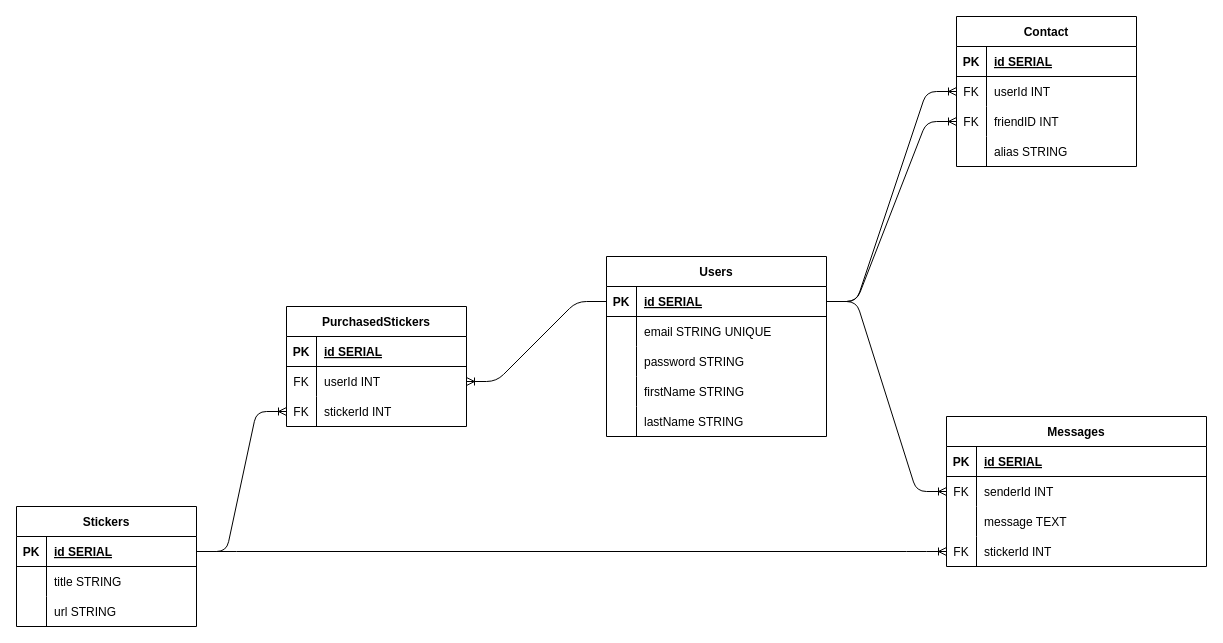
Above: schema.drawio in daffabaihaqi/IP-HCK69-Daffa (draw.io), before the change. Source tidied: cells renumbered, new cells numbered last; positions are measured from the earlier drawing's top-left corner, leaving out a move shared by most shapes. Both pictures are drawn from the tidied source at 100%, with x=0, y=0 at pixel (16, 16).
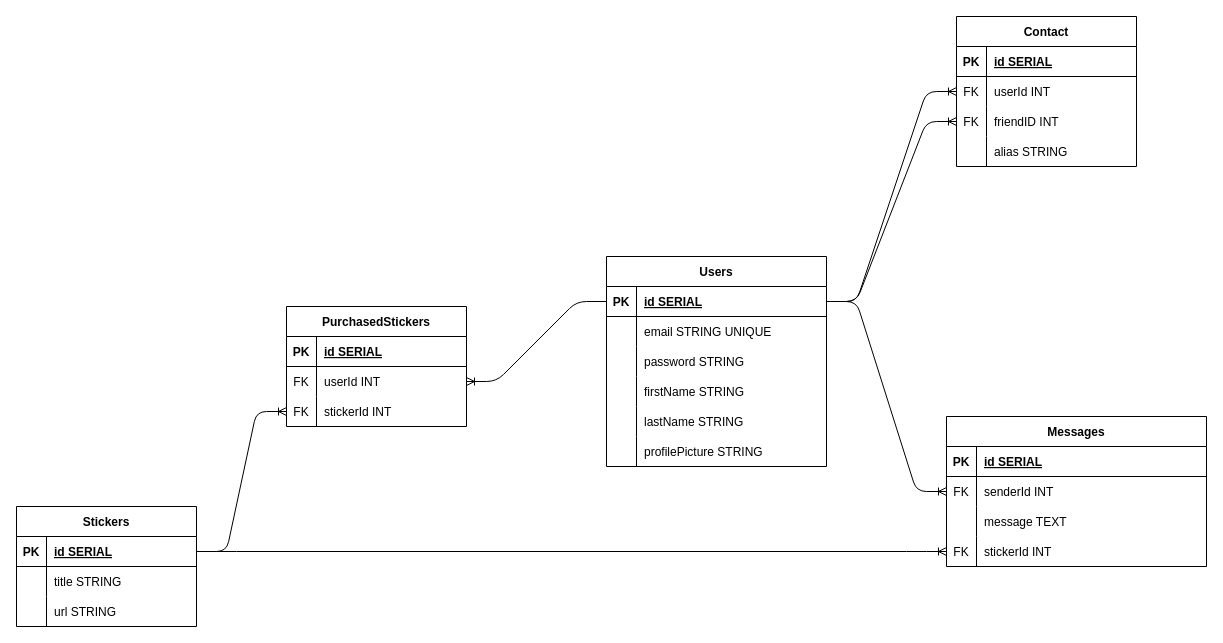
Above is the later version.

The edit, as a diff of the source:
```diff
@@
     <mxCell id="2" value="Users" style="shape=table;startSize=30;childLayout=tableLayout;rowLines=0;fontStyle=1;align=center;" parent="1" vertex="1">
-      <mxGeometry x="590" y="240" width="220" height="180" as="geometry" />
+      <mxGeometry x="590" y="240" width="220" height="210" as="geometry" />
     </mxCell>
@@
+    <mxCell id="70" style="shape=tableRow;horizontal=0;startSize=0;swimlaneHead=0;swimlaneBody=0;fillColor=none;top=0;left=0;right=0;bottom=0;" parent="2" vertex="1">
+      <mxGeometry y="180" width="220" height="30" as="geometry" />
+    </mxCell>
+    <mxCell id="71" style="shape=partialRectangle;fillColor=none;top=0;left=0;bottom=0;right=0;overflow=hidden;" parent="70" vertex="1">
+      <mxGeometry width="30" height="30" as="geometry" />
+    </mxCell>
+    <mxCell id="72" value="profilePicture STRING" style="shape=partialRectangle;fillColor=none;top=0;left=0;bottom=0;right=0;align=left;spacingLeft=6;overflow=hidden;" parent="70" vertex="1">
+      <mxGeometry x="30" width="190" height="30" as="geometry" />
+    </mxCell>
```
